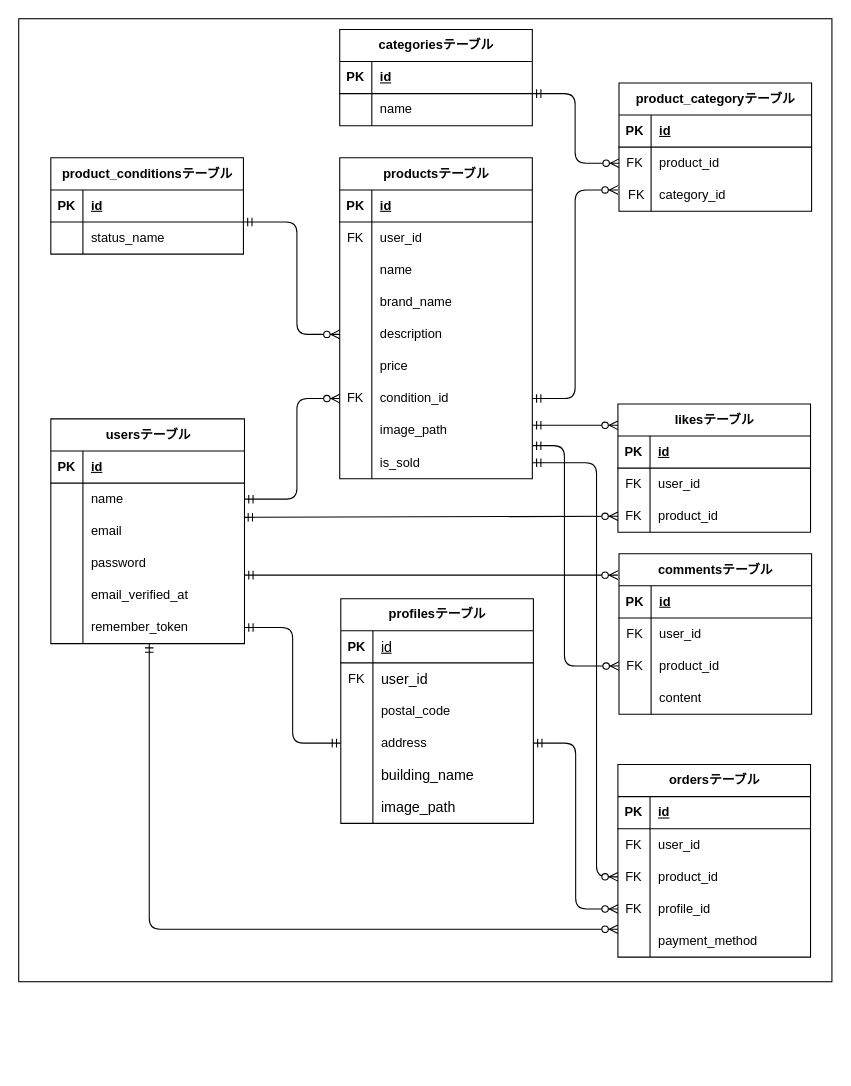
Earlier version of the draw.io diagram er_diagram.drawio (TomoeHayano/furima-app-test). Source tidied: cells renumbered, new cells numbered last; positions are measured from the earlier drawing's top-left corner, leaving out a move shared by most shapes. Both pictures are drawn from the tidied source at 107%, with x=0, y=0 at pixel (18, 18).
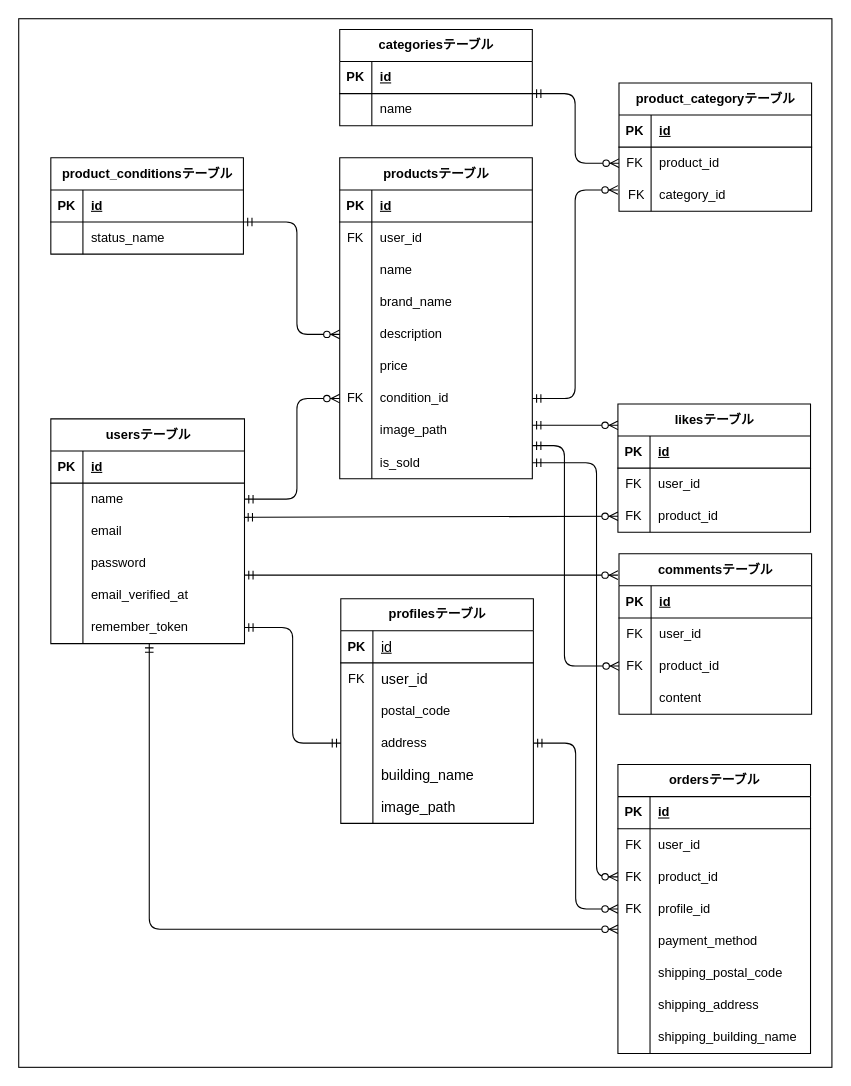
The same diagram, later.

Diff of the diagram source:
```diff
@@
-    <mxCell id="2" style="rounded=0;whiteSpace=wrap;html=1;labelBackgroundColor=none;" parent="1" vertex="1">
-      <mxGeometry width="760" height="900" as="geometry" />
-    </mxCell>
+    <mxCell id="144" style="rounded=0;whiteSpace=wrap;html=1;" parent="1" vertex="1">
+      <mxGeometry width="760" height="980" as="geometry" />
+    </mxCell>
@@
     <mxCell id="90" value="ordersテーブル" style="shape=table;startSize=30;childLayout=tableLayout;rowLines=0;fontStyle=1;align=center;html=1;" parent="1" vertex="1">
-      <mxGeometry x="560" y="697" width="180" height="180" as="geometry" />
+      <mxGeometry x="560" y="697" width="180" height="270" as="geometry" />
     </mxCell>
@@
+    <mxCell id="145" style="shape=tableRow;horizontal=0;startSize=0;swimlaneHead=0;swimlaneBody=0;fillColor=none;top=0;left=0;right=0;bottom=0;" parent="90" vertex="1">
+      <mxGeometry y="180" width="180" height="30" as="geometry" />
+    </mxCell>
+    <mxCell id="146" style="shape=partialRectangle;fillColor=none;top=0;left=0;bottom=0;right=0;overflow=hidden;whiteSpace=wrap;html=1;" parent="145" vertex="1">
+      <mxGeometry width="30" height="30" as="geometry" />
+    </mxCell>
+    <mxCell id="147" value="&lt;span style=&quot;color: rgb(0, 0, 0);&quot;&gt;shipping_postal_code&lt;/span&gt;" style="shape=partialRectangle;fillColor=none;top=0;left=0;bottom=0;right=0;align=left;spacingLeft=6;overflow=hidden;whiteSpace=wrap;html=1;" parent="145" vertex="1">
+      <mxGeometry x="30" width="150" height="30" as="geometry" />
+    </mxCell>
+    <mxCell id="148" style="shape=tableRow;horizontal=0;startSize=0;swimlaneHead=0;swimlaneBody=0;fillColor=none;top=0;left=0;right=0;bottom=0;" parent="90" vertex="1">
+      <mxGeometry y="210" width="180" height="30" as="geometry" />
+    </mxCell>
+    <mxCell id="149" style="shape=partialRectangle;fillColor=none;top=0;left=0;bottom=0;right=0;overflow=hidden;whiteSpace=wrap;html=1;" parent="148" vertex="1">
+      <mxGeometry width="30" height="30" as="geometry" />
+    </mxCell>
+    <mxCell id="150" value="&lt;span style=&quot;color: rgb(0, 0, 0);&quot;&gt;shipping_address&lt;/span&gt;" style="shape=partialRectangle;fillColor=none;top=0;left=0;bottom=0;right=0;align=left;spacingLeft=6;overflow=hidden;whiteSpace=wrap;html=1;" parent="148" vertex="1">
+      <mxGeometry x="30" width="150" height="30" as="geometry" />
+    </mxCell>
+    <mxCell id="151" style="shape=tableRow;horizontal=0;startSize=0;swimlaneHead=0;swimlaneBody=0;fillColor=none;top=0;left=0;right=0;bottom=0;" parent="90" vertex="1">
+      <mxGeometry y="240" width="180" height="30" as="geometry" />
+    </mxCell>
+    <mxCell id="152" style="shape=partialRectangle;fillColor=none;top=0;left=0;bottom=0;right=0;overflow=hidden;whiteSpace=wrap;html=1;" parent="151" vertex="1">
+      <mxGeometry width="30" height="30" as="geometry" />
+    </mxCell>
+    <mxCell id="153" value="&lt;span style=&quot;color: rgb(0, 0, 0);&quot;&gt;shipping_building_name&lt;/span&gt;" style="shape=partialRectangle;fillColor=none;top=0;left=0;bottom=0;right=0;align=left;spacingLeft=6;overflow=hidden;whiteSpace=wrap;html=1;" parent="151" vertex="1">
+      <mxGeometry x="30" width="150" height="30" as="geometry" />
+    </mxCell>
```
